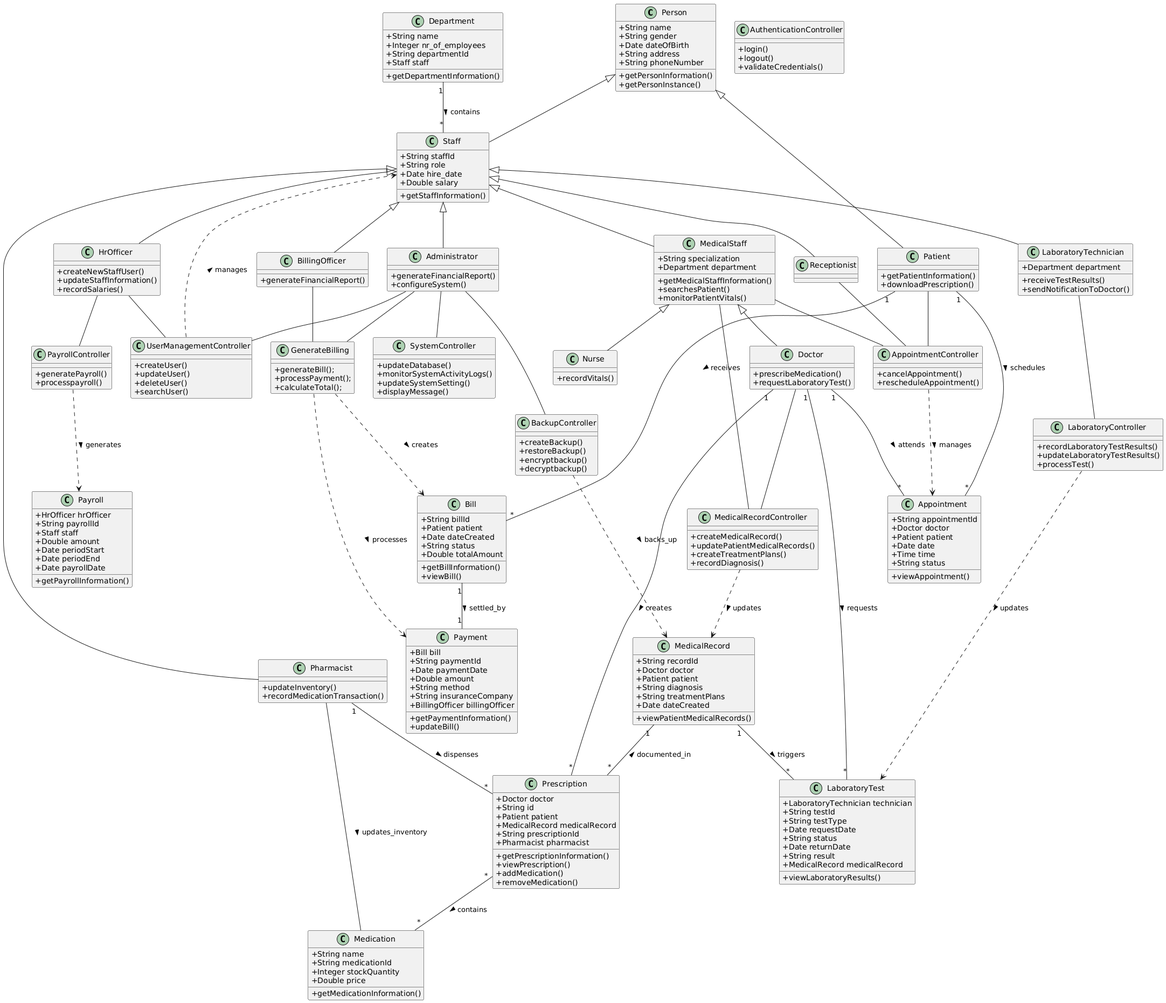
Before: Week7/class diagram.png, a diagram exported from PlantUML (John34263/Hospital-Administration-System).
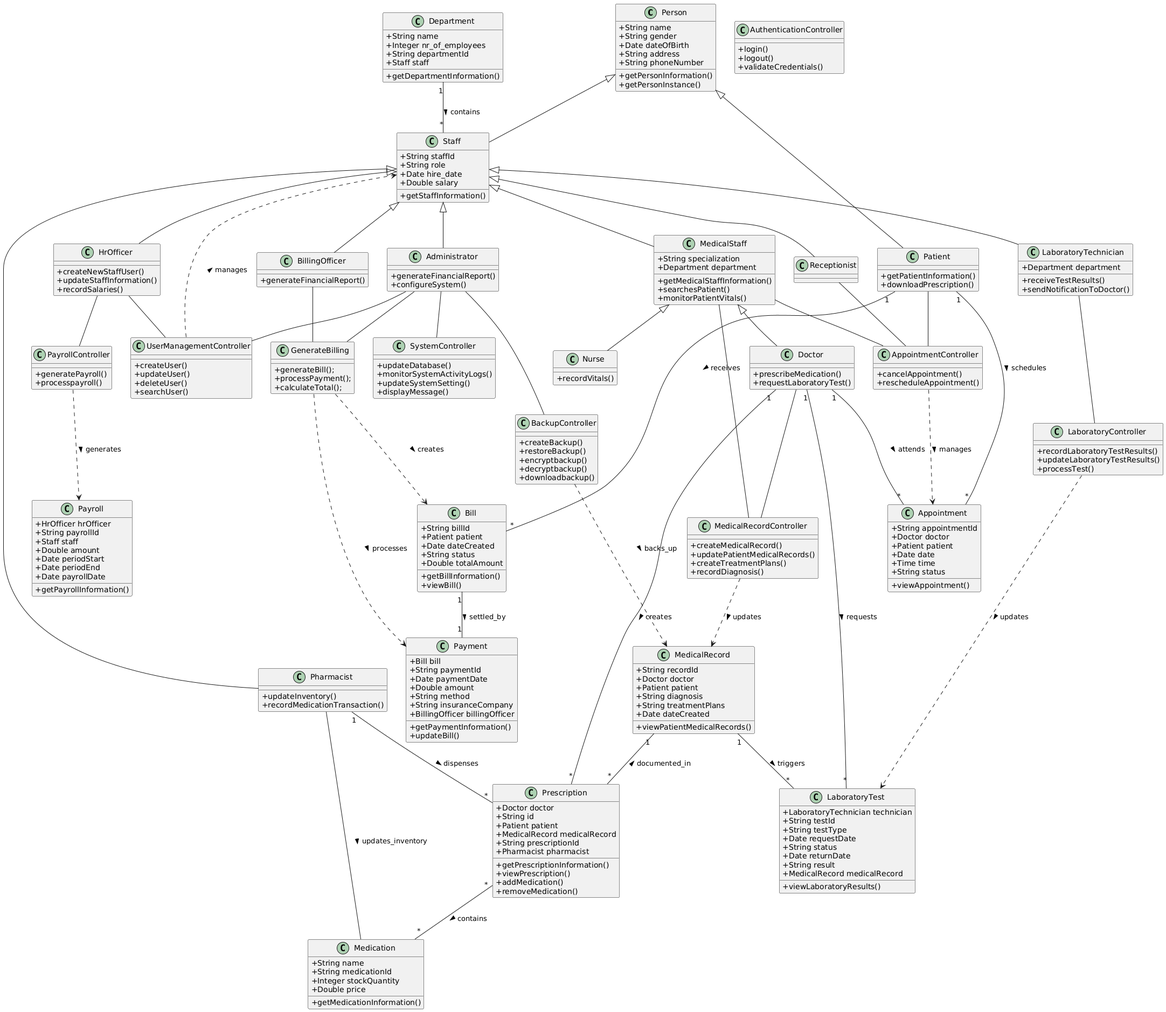
The same file after the commit.

The edit, as a diff of the source:
```diff
@@ -231,6 +231,7 @@
     + restoreBackup()
     + encryptbackup()
     + decryptbackup()
+    + downloadbackup()
 }
 
 class SystemController {
```
